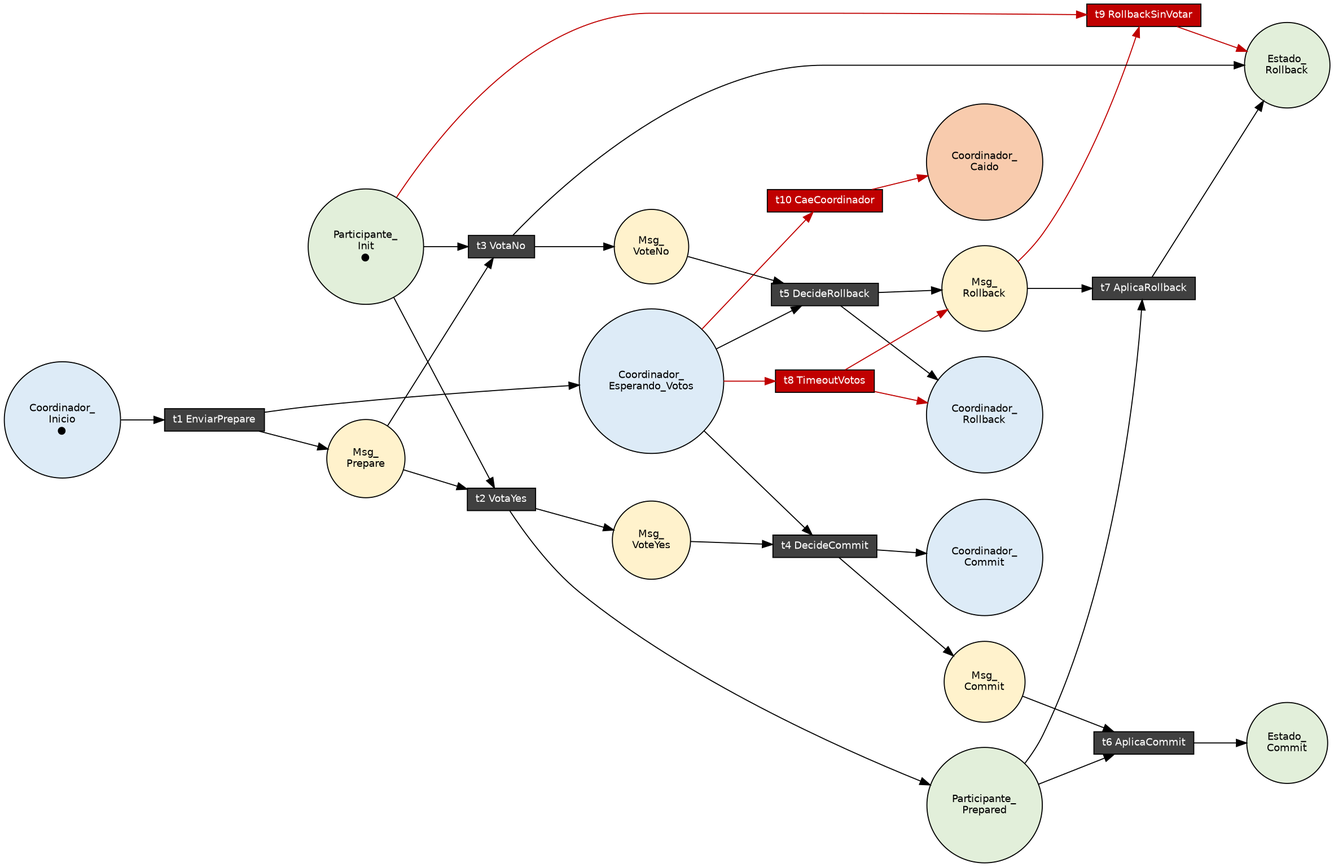
Before: diagrama_petri_2pc.png, a diagram exported from Graphviz (MaximoGiovanettoni/tp2-concurrentes-grupo1). Its source is kept beside it as diagrama_petri_2pc.dot. The source it was exported from:
```dot
digraph G {
  rankdir=LR; nodesep=0.35; ranksep=0.6; fontname="Helvetica";
  node [fontname="Helvetica", fontsize=10];
  edge [fontsize=9];
  node [shape=circle, style=filled, fillcolor="#FFFFFF", width=0.5, fixedsize=false];
  CI [label="Coordinador_\nInicio\n●", fillcolor="#DDEBF7"];
  CE [label="Coordinador_\nEsperando_Votos", fillcolor="#DDEBF7"];
  CC [label="Coordinador_\nCommit", fillcolor="#DDEBF7"];
  CR [label="Coordinador_\nRollback", fillcolor="#DDEBF7"];
  CX [label="Coordinador_\nCaido", fillcolor="#F8CBAD"];
  PI [label="Participante_\nInit\n●", fillcolor="#E2EFDA"];
  PP [label="Participante_\nPrepared", fillcolor="#E2EFDA"];
  EC [label="Estado_\nCommit", fillcolor="#E2EFDA"];
  ER [label="Estado_\nRollback", fillcolor="#E2EFDA"];
  node [fillcolor="#FFF2CC", width=0.3];
  MP [label="Msg_\nPrepare"]; MY [label="Msg_\nVoteYes"]; MN [label="Msg_\nVoteNo"]; MC [label="Msg_\nCommit"]; MR [label="Msg_\nRollback"];
  node [shape=box, style=filled, fillcolor="#404040", fontcolor="white", height=0.3];
  t1 [label="t1 EnviarPrepare"]; t2 [label="t2 VotaYes"]; t3 [label="t3 VotaNo"];
  t4 [label="t4 DecideCommit"]; t5 [label="t5 DecideRollback"];
  t6 [label="t6 AplicaCommit"]; t7 [label="t7 AplicaRollback"];
  node [fillcolor="#C00000"];
  t8 [label="t8 TimeoutVotos"]; t9 [label="t9 RollbackSinVotar"]; t10 [label="t10 CaeCoordinador"];
  CI->t1; t1->CE; t1->MP;
  PI->t2; MP->t2; t2->PP; t2->MY;
  PI->t3; MP->t3; t3->ER; t3->MN;
  CE->t4; MY->t4; t4->CC; t4->MC;
  CE->t5; MN->t5; t5->CR; t5->MR;
  PP->t6; MC->t6; t6->EC;
  PP->t7; MR->t7; t7->ER;
  edge [color="#C00000"];
  CE->t8; t8->CR; t8->MR;
  PI->t9; MR->t9; t9->ER;
  CE->t10; t10->CX;
}
```
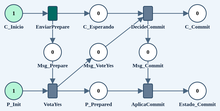
Later version of the same file.

Commit message:
Actualiza el diagrama de Petri al camino feliz del editor.

Deja la red 2PC con labels cortos del Módulo 11 y el PNG recortado para el informe.

The edit, as a diff of the source:
```diff
@@ -1,34 +1,26 @@
 digraph G {
-  rankdir=LR; nodesep=0.35; ranksep=0.6; fontname="Helvetica";
-  node [fontname="Helvetica", fontsize=10];
+  rankdir=LR; nodesep=0.45; ranksep=0.75; fontname="Helvetica";
+  node [fontname="Helvetica", fontsize=11];
   edge [fontsize=9];
-  node [shape=circle, style=filled, fillcolor="#FFFFFF", width=0.5, fixedsize=false];
-  CI [label="Coordinador_\nInicio\n●", fillcolor="#DDEBF7"];
-  CE [label="Coordinador_\nEsperando_Votos", fillcolor="#DDEBF7"];
-  CC [label="Coordinador_\nCommit", fillcolor="#DDEBF7"];
-  CR [label="Coordinador_\nRollback", fillcolor="#DDEBF7"];
-  CX [label="Coordinador_\nCaido", fillcolor="#F8CBAD"];
-  PI [label="Participante_\nInit\n●", fillcolor="#E2EFDA"];
-  PP [label="Participante_\nPrepared", fillcolor="#E2EFDA"];
-  EC [label="Estado_\nCommit", fillcolor="#E2EFDA"];
-  ER [label="Estado_\nRollback", fillcolor="#E2EFDA"];
-  node [fillcolor="#FFF2CC", width=0.3];
-  MP [label="Msg_\nPrepare"]; MY [label="Msg_\nVoteYes"]; MN [label="Msg_\nVoteNo"]; MC [label="Msg_\nCommit"]; MR [label="Msg_\nRollback"];
-  node [shape=box, style=filled, fillcolor="#404040", fontcolor="white", height=0.3];
-  t1 [label="t1 EnviarPrepare"]; t2 [label="t2 VotaYes"]; t3 [label="t3 VotaNo"];
-  t4 [label="t4 DecideCommit"]; t5 [label="t5 DecideRollback"];
-  t6 [label="t6 AplicaCommit"]; t7 [label="t7 AplicaRollback"];
-  node [fillcolor="#C00000"];
-  t8 [label="t8 TimeoutVotos"]; t9 [label="t9 RollbackSinVotar"]; t10 [label="t10 CaeCoordinador"];
+
+  node [shape=circle, style=filled, fillcolor="#FFFFFF", width=0.55];
+  CI [label="C_Inicio\n●", fillcolor="#DDEBF7"];
+  CE [label="C_Esperando", fillcolor="#DDEBF7"];
+  CC [label="C_Commit", fillcolor="#DDEBF7"];
+  PI [label="P_Init\n●", fillcolor="#E2EFDA"];
+  PP [label="P_Prepared", fillcolor="#E2EFDA"];
+  EC [label="Estado_Commit", fillcolor="#E2EFDA"];
+  node [fillcolor="#FFF2CC", width=0.4];
+  MP [label="Msg_Prepare"]; MY [label="Msg_VoteYes"]; MC [label="Msg_Commit"];
+
+  node [shape=box, style=filled, fillcolor="#404040", fontcolor="white", height=0.35];
+  t1 [label="EnviarPrepare"];
+  t2 [label="VotaYes"];
+  t4 [label="DecideCommit"];
+  t6 [label="AplicaCommit"];
+
   CI->t1; t1->CE; t1->MP;
   PI->t2; MP->t2; t2->PP; t2->MY;
-  PI->t3; MP->t3; t3->ER; t3->MN;
   CE->t4; MY->t4; t4->CC; t4->MC;
-  CE->t5; MN->t5; t5->CR; t5->MR;
   PP->t6; MC->t6; t6->EC;
-  PP->t7; MR->t7; t7->ER;
-  edge [color="#C00000"];
-  CE->t8; t8->CR; t8->MR;
-  PI->t9; MR->t9; t9->ER;
-  CE->t10; t10->CX;
 }
```
